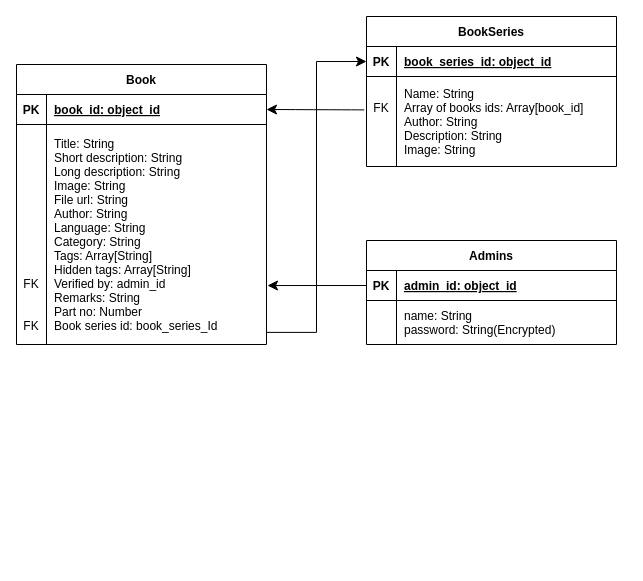
This is Untitled Diagram.drawio from saksham-jain1/AnalogClock.github.io, a draw.io file, before an edit. Source tidied: cells renumbered, new cells numbered last; positions are measured from the earlier drawing's top-left corner, leaving out a move shared by most shapes. Both pictures are drawn from the tidied source at 100%, with x=0, y=0 at pixel (16, 16).
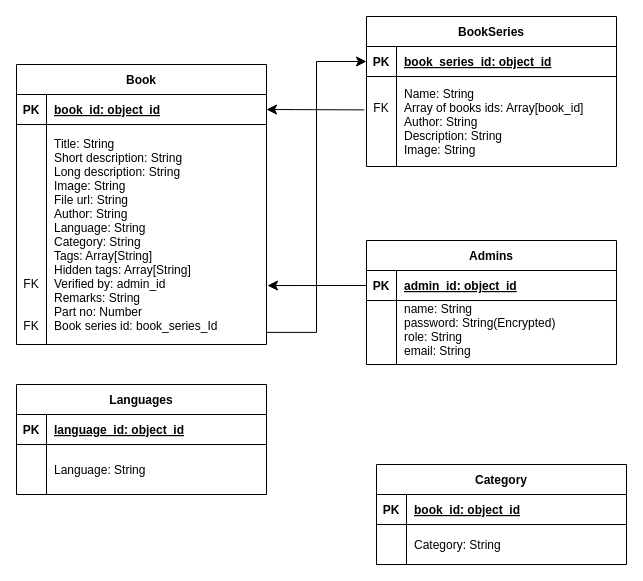
The same diagram, later.

The edit, as a diff of the source:
```diff
@@
     <mxCell id="9" value="Admins" style="shape=table;startSize=30;childLayout=tableLayout;rowLines=0;fontStyle=1;align=center;" parent="1" vertex="1">
-      <mxGeometry x="350" y="224" width="250" height="104" as="geometry" />
+      <mxGeometry x="350" y="224" width="250" height="124" as="geometry" />
     </mxCell>
@@
     <mxCell id="13" style="shape=partialRectangle;fillColor=none;top=0;left=0;right=0;bottom=0;" parent="9" vertex="1">
-      <mxGeometry y="60" width="250" height="44" as="geometry" />
+      <mxGeometry y="60" width="250" height="64" as="geometry" />
     </mxCell>
     <mxCell id="14" style="shape=partialRectangle;overflow=hidden;fillColor=none;top=0;left=0;bottom=0;right=0;" parent="13" vertex="1">
-      <mxGeometry width="30" height="44" as="geometry" />
+      <mxGeometry width="30" height="64" as="geometry" />
     </mxCell>
-    <mxCell id="15" value="name: String&#10;password: String(Encrypted)" style="shape=partialRectangle;overflow=hidden;fillColor=none;top=0;left=0;bottom=0;right=0;align=left;spacingLeft=6;" parent="13" vertex="1">
-      <mxGeometry x="30" width="220" height="44" as="geometry" />
+    <mxCell id="15" value="name: String&#10;password: String(Encrypted)&#10;role: String&#10;email: String&#10;" style="shape=partialRectangle;overflow=hidden;fillColor=none;top=0;left=0;bottom=0;right=0;align=left;spacingLeft=6;" parent="13" vertex="1">
+      <mxGeometry x="30" width="220" height="64" as="geometry" />
     </mxCell>
@@
+    <mxCell id="26" value="Languages" style="shape=table;startSize=30;childLayout=tableLayout;rowLines=0;fontStyle=1;align=center;" parent="1" vertex="1">
+      <mxGeometry y="368" width="250" height="110" as="geometry" />
+    </mxCell>
+    <mxCell id="27" style="shape=partialRectangle;fillColor=none;top=0;left=0;right=0;bottom=1;" parent="26" vertex="1">
+      <mxGeometry y="30" width="250" height="30" as="geometry" />
+    </mxCell>
+    <mxCell id="28" value="PK" style="shape=partialRectangle;overflow=hidden;fillColor=none;top=0;left=0;bottom=0;right=0;fontStyle=1;" parent="27" vertex="1">
+      <mxGeometry width="30" height="30" as="geometry" />
+    </mxCell>
+    <mxCell id="29" value="language_id: object_id" style="shape=partialRectangle;overflow=hidden;fillColor=none;top=0;left=0;bottom=0;right=0;align=left;spacingLeft=6;fontStyle=5;" parent="27" vertex="1">
+      <mxGeometry x="30" width="220" height="30" as="geometry" />
+    </mxCell>
+    <mxCell id="30" style="shape=partialRectangle;fillColor=none;top=0;left=0;right=0;bottom=0;" parent="26" vertex="1">
+      <mxGeometry y="60" width="250" height="50" as="geometry" />
+    </mxCell>
+    <mxCell id="31" style="shape=partialRectangle;overflow=hidden;fillColor=none;top=0;left=0;bottom=0;right=0;" parent="30" vertex="1">
+      <mxGeometry width="30" height="50" as="geometry" />
+    </mxCell>
+    <mxCell id="32" value="Language: String" style="shape=partialRectangle;overflow=hidden;fillColor=none;top=0;left=0;bottom=0;right=0;align=left;spacingLeft=6;" parent="30" vertex="1">
+      <mxGeometry x="30" width="220" height="50" as="geometry" />
+    </mxCell>
+    <mxCell id="33" value="Category" style="shape=table;startSize=30;childLayout=tableLayout;rowLines=0;fontStyle=1;align=center;" parent="1" vertex="1">
+      <mxGeometry x="360" y="448" width="250" height="100" as="geometry" />
+    </mxCell>
+    <mxCell id="34" style="shape=partialRectangle;fillColor=none;top=0;left=0;right=0;bottom=1;" parent="33" vertex="1">
+      <mxGeometry y="30" width="250" height="30" as="geometry" />
+    </mxCell>
+    <mxCell id="35" value="PK" style="shape=partialRectangle;overflow=hidden;fillColor=none;top=0;left=0;bottom=0;right=0;fontStyle=1;" parent="34" vertex="1">
+      <mxGeometry width="30" height="30" as="geometry" />
+    </mxCell>
+    <mxCell id="36" value="book_id: object_id" style="shape=partialRectangle;overflow=hidden;fillColor=none;top=0;left=0;bottom=0;right=0;align=left;spacingLeft=6;fontStyle=5;" parent="34" vertex="1">
+      <mxGeometry x="30" width="220" height="30" as="geometry" />
+    </mxCell>
+    <mxCell id="37" style="shape=partialRectangle;fillColor=none;top=0;left=0;right=0;bottom=0;" parent="33" vertex="1">
+      <mxGeometry y="60" width="250" height="40" as="geometry" />
+    </mxCell>
+    <mxCell id="38" style="shape=partialRectangle;overflow=hidden;fillColor=none;top=0;left=0;bottom=0;right=0;" parent="37" vertex="1">
+      <mxGeometry width="30" height="40" as="geometry" />
+    </mxCell>
+    <mxCell id="39" value="Category: String" style="shape=partialRectangle;overflow=hidden;fillColor=none;top=0;left=0;bottom=0;right=0;align=left;spacingLeft=6;" parent="37" vertex="1">
+      <mxGeometry x="30" width="220" height="40" as="geometry" />
+    </mxCell>
```
